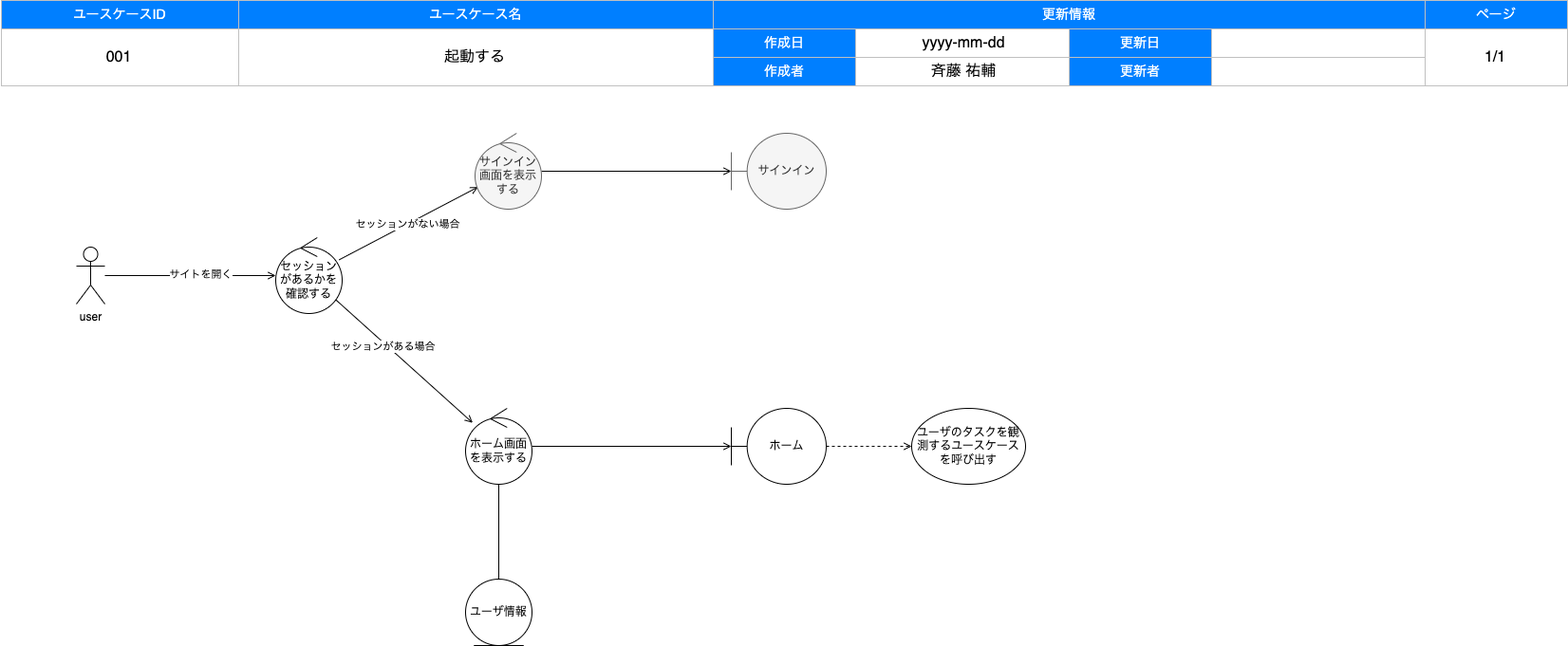
The draw.io diagram documents/nobody/001_boot.drawio.png in uskithub/CABoilerplate, before a commit. Source tidied: cells renumbered, new cells last; positions are measured from the earlier drawing's top-left corner, leaving out a move shared by most shapes.
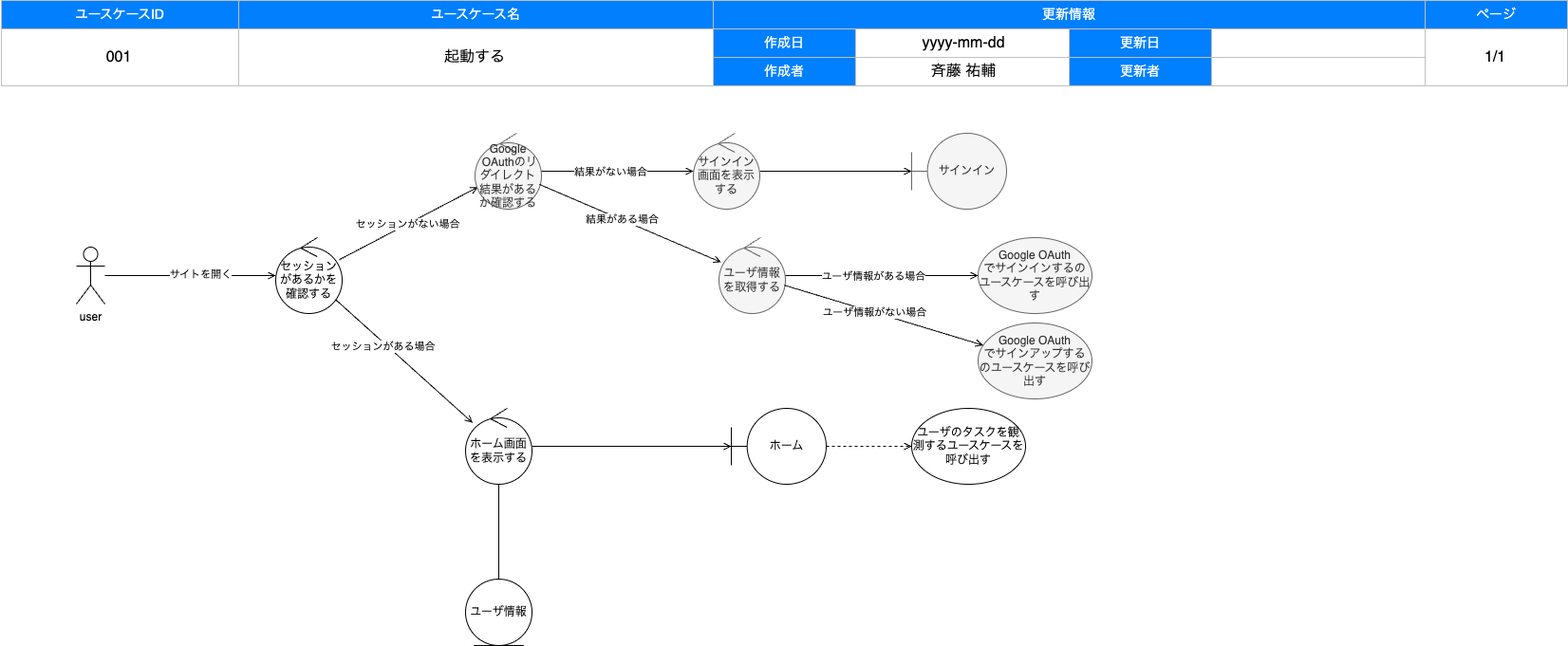
Later version of the same file.

The edit, as a diff of the source:
```diff
@@ -104,17 +104,17 @@
     <mxCell id="35" value="ホーム画面を表示する" style="ellipse;shape=umlControl;whiteSpace=wrap;html=1;" parent="24" vertex="1">
       <mxGeometry x="490" y="430" width="70" height="80" as="geometry" />
     </mxCell>
-    <mxCell id="36" style="edgeStyle=none;html=1;endArrow=open;endFill=0;" parent="24" edge="1" source="37" target="39">
+    <mxCell id="36" style="edgeStyle=none;html=1;endArrow=open;endFill=0;startArrow=none;" parent="24" edge="1" source="43" target="39">
       <mxGeometry relative="1" as="geometry" />
     </mxCell>
-    <mxCell id="37" value="サインイン画面を表示する" style="ellipse;shape=umlControl;whiteSpace=wrap;html=1;fillColor=#f5f5f5;strokeColor=#666666;fontColor=#333333;" parent="24" vertex="1">
+    <mxCell id="37" value="Google&lt;br&gt;&amp;nbsp;OAuthのリダイレクト結果があるか確認する" style="ellipse;shape=umlControl;whiteSpace=wrap;html=1;fillColor=#f5f5f5;strokeColor=#666666;fontColor=#333333;" parent="24" vertex="1">
       <mxGeometry x="500" y="140" width="70" height="80" as="geometry" />
     </mxCell>
     <mxCell id="38" value="ホーム" style="shape=umlBoundary;whiteSpace=wrap;html=1;" parent="24" vertex="1">
       <mxGeometry x="770" y="430" width="100" height="80" as="geometry" />
     </mxCell>
     <mxCell id="39" value="サインイン" style="shape=umlBoundary;whiteSpace=wrap;html=1;fillColor=#f5f5f5;fontColor=#333333;strokeColor=#666666;" parent="24" vertex="1">
-      <mxGeometry x="770" y="140" width="100" height="80" as="geometry" />
+      <mxGeometry x="960" y="140" width="100" height="80" as="geometry" />
     </mxCell>
     <mxCell id="40" style="edgeStyle=none;html=1;endArrow=open;endFill=0;dashed=1;" parent="24" edge="1" source="38" target="41">
       <mxGeometry relative="1" as="geometry" />
@@ -125,5 +125,41 @@
     <mxCell id="42" value="ユーザ情報" style="ellipse;shape=umlEntity;whiteSpace=wrap;html=1;" parent="24" vertex="1">
       <mxGeometry x="490" y="610" width="70" height="70" as="geometry" />
     </mxCell>
+    <mxCell id="43" value="サインイン画面を表示する" style="ellipse;shape=umlControl;whiteSpace=wrap;html=1;fillColor=#f5f5f5;strokeColor=#666666;fontColor=#333333;" parent="24" vertex="1">
+      <mxGeometry x="730" y="140" width="70" height="80" as="geometry" />
+    </mxCell>
+    <mxCell id="44" style="edgeStyle=none;html=1;endArrow=open;endFill=0;startArrow=none;" parent="24" edge="1" source="37" target="43">
+      <mxGeometry relative="1" as="geometry" />
+    </mxCell>
+    <mxCell id="45" value="結果がない場合" style="edgeLabel;html=1;align=center;verticalAlign=middle;" parent="44" vertex="1">
+      <mxGeometry x="-0.1" relative="1" as="geometry" />
+    </mxCell>
+    <mxCell id="46" style="edgeStyle=none;html=1;endArrow=open;endFill=0;startArrow=none;" parent="24" edge="1" source="37" target="49">
+      <mxGeometry relative="1" as="geometry" />
+    </mxCell>
+    <mxCell id="47" value="結果がある場合" style="edgeLabel;html=1;align=center;verticalAlign=middle;" parent="46" vertex="1">
+      <mxGeometry x="-0.1" relative="1" as="geometry" />
+    </mxCell>
+    <mxCell id="48" value="Google OAuth&lt;br&gt;でサインインするのユースケースを呼び出す" style="ellipse;whiteSpace=wrap;html=1;fillColor=#f5f5f5;fontColor=#333333;strokeColor=#666666;" parent="24" vertex="1">
+      <mxGeometry x="1030" y="250" width="120" height="80" as="geometry" />
+    </mxCell>
+    <mxCell id="49" value="ユーザ情報を取得する" style="ellipse;shape=umlControl;whiteSpace=wrap;html=1;fillColor=#f5f5f5;strokeColor=#666666;fontColor=#333333;" parent="24" vertex="1">
+      <mxGeometry x="757" y="250" width="70" height="80" as="geometry" />
+    </mxCell>
+    <mxCell id="50" style="edgeStyle=none;html=1;endArrow=open;endFill=0;startArrow=none;" parent="24" edge="1" source="49" target="48">
+      <mxGeometry relative="1" as="geometry" />
+    </mxCell>
+    <mxCell id="51" value="ユーザ情報がある場合" style="edgeLabel;html=1;align=center;verticalAlign=middle;" parent="50" vertex="1">
+      <mxGeometry x="-0.1" relative="1" as="geometry" />
+    </mxCell>
+    <mxCell id="52" value="Google OAuth&lt;br&gt;でサインアップするのユースケースを呼び出す" style="ellipse;whiteSpace=wrap;html=1;fillColor=#f5f5f5;fontColor=#333333;strokeColor=#666666;" parent="24" vertex="1">
+      <mxGeometry x="1030" y="340" width="120" height="80" as="geometry" />
+    </mxCell>
+    <mxCell id="53" style="edgeStyle=none;html=1;endArrow=open;endFill=0;startArrow=none;" parent="24" edge="1" source="49" target="52">
+      <mxGeometry relative="1" as="geometry" />
+    </mxCell>
+    <mxCell id="54" value="ユーザ情報がない場合" style="edgeLabel;html=1;align=center;verticalAlign=middle;" parent="53" vertex="1">
+      <mxGeometry x="-0.1" relative="1" as="geometry" />
+    </mxCell>
   </root>
 </mxGraphModel>
```
